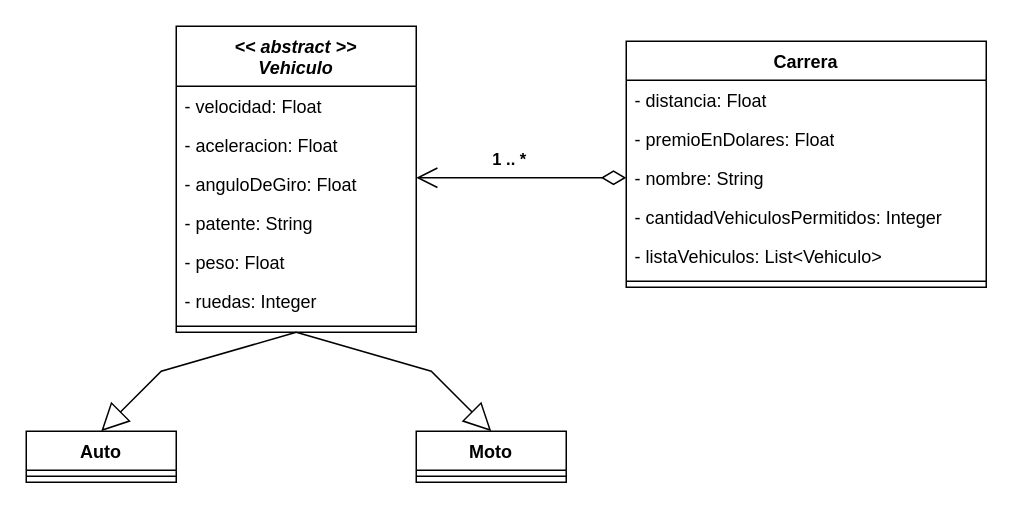
The draw.io diagram 02-MODULE-JAVA/05-EJERCICIOS-INTEGRADORES/dakar/diagrama-clases.drawio in faacosta/IT-BOOTCAMP, before the edit. Source tidied: cells renumbered, new cells numbered last; positions are measured from the earlier drawing's top-left corner, leaving out a move shared by most shapes. Both pictures are drawn from the tidied source at 150%, with x=0, y=0 at pixel (26, 26).
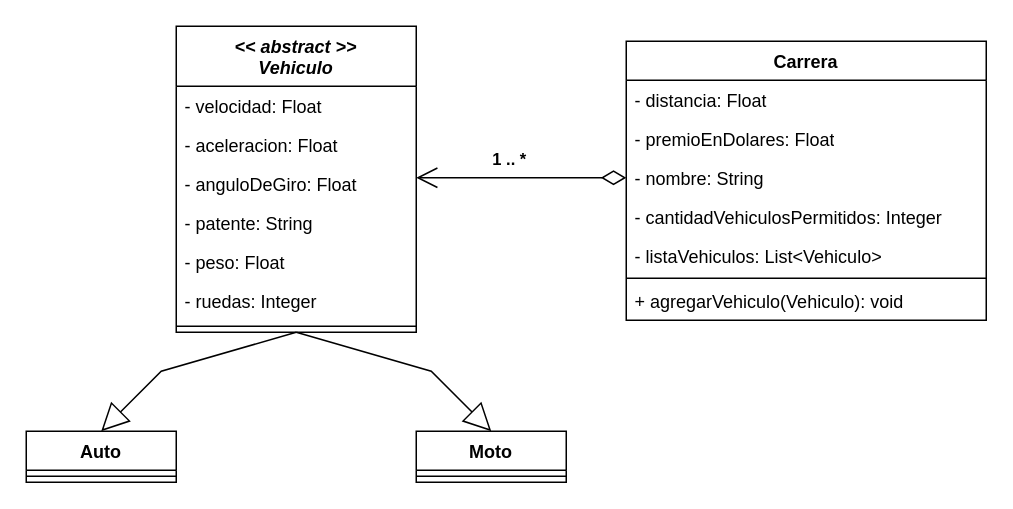
The same diagram, later.

Commit message:
Agrego método para agregar vehiculo

Change to the diagram source:
```diff
@@
     <mxCell id="10" value="Carrera" style="swimlane;fontStyle=1;align=center;verticalAlign=top;horizontal=1;startSize=26;whiteSpace=wrap;html=1;" parent="1" vertex="1">
-      <mxGeometry x="400" y="10" width="240" height="164" as="geometry" />
+      <mxGeometry x="400" y="10" width="240" height="186" as="geometry" />
     </mxCell>
@@
     <mxCell id="16" style="line;strokeWidth=1;fillColor=none;align=left;verticalAlign=middle;spacingTop=-1;spacingLeft=3;spacingRight=3;labelPosition=right;strokeColor=inherit;" parent="10" vertex="1">
-      <mxGeometry y="156" width="240" height="8" as="geometry" />
+      <mxGeometry y="156" width="240" height="4" as="geometry" />
     </mxCell>
+    <mxCell id="25" value="+ agregarVehiculo(Vehiculo): void" style="text;strokeColor=none;fillColor=none;align=left;verticalAlign=top;spacingLeft=4;spacingRight=4;overflow=hidden;whiteSpace=wrap;html=1;" parent="10" vertex="1">
+      <mxGeometry y="160" width="240" height="26" as="geometry" />
+    </mxCell>
```
